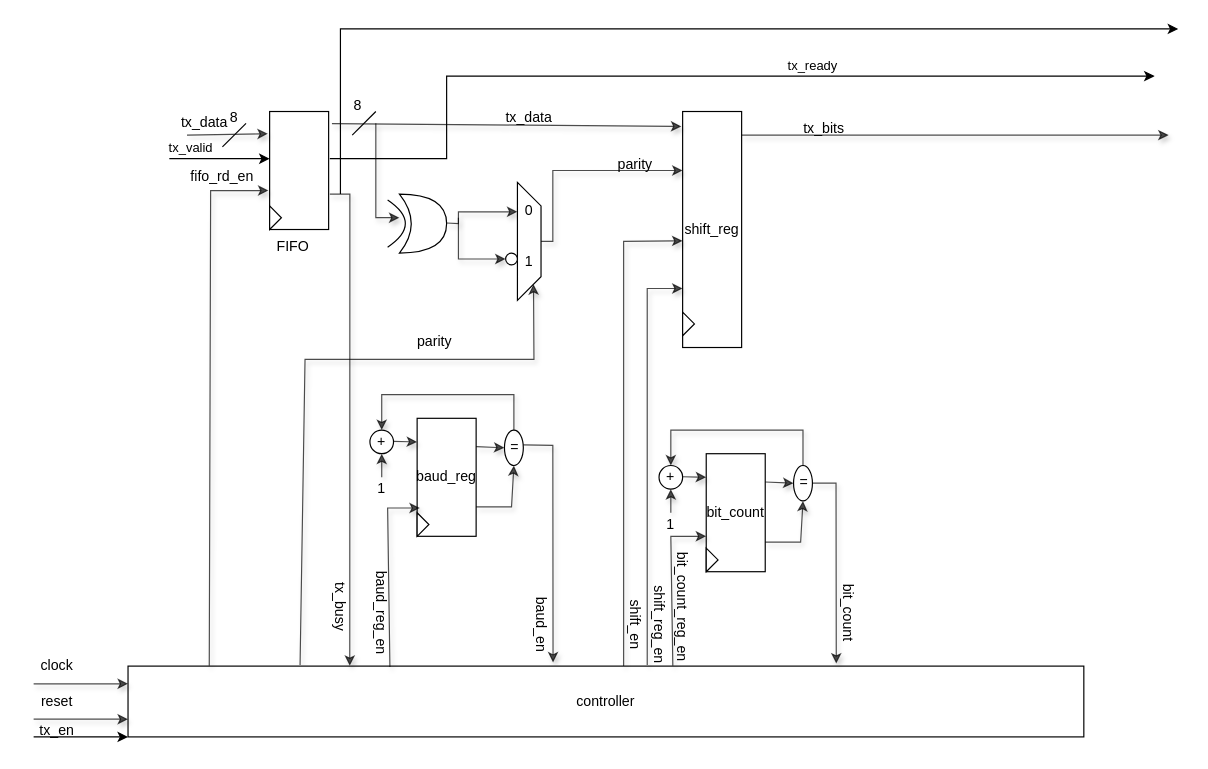
The draw.io diagram page "Page-1" (1 of 2) of lab8/UART_TX/UART_Tx.drawio in ee-uet/Xce_Training2025_Week02, before the edit. Source tidied: cells renumbered, new cells numbered last; positions are measured from the earlier drawing's top-left corner, leaving out a move shared by most shapes. Both pictures are drawn from the tidied source at 118%, with x=0, y=0 at pixel (21, 28).
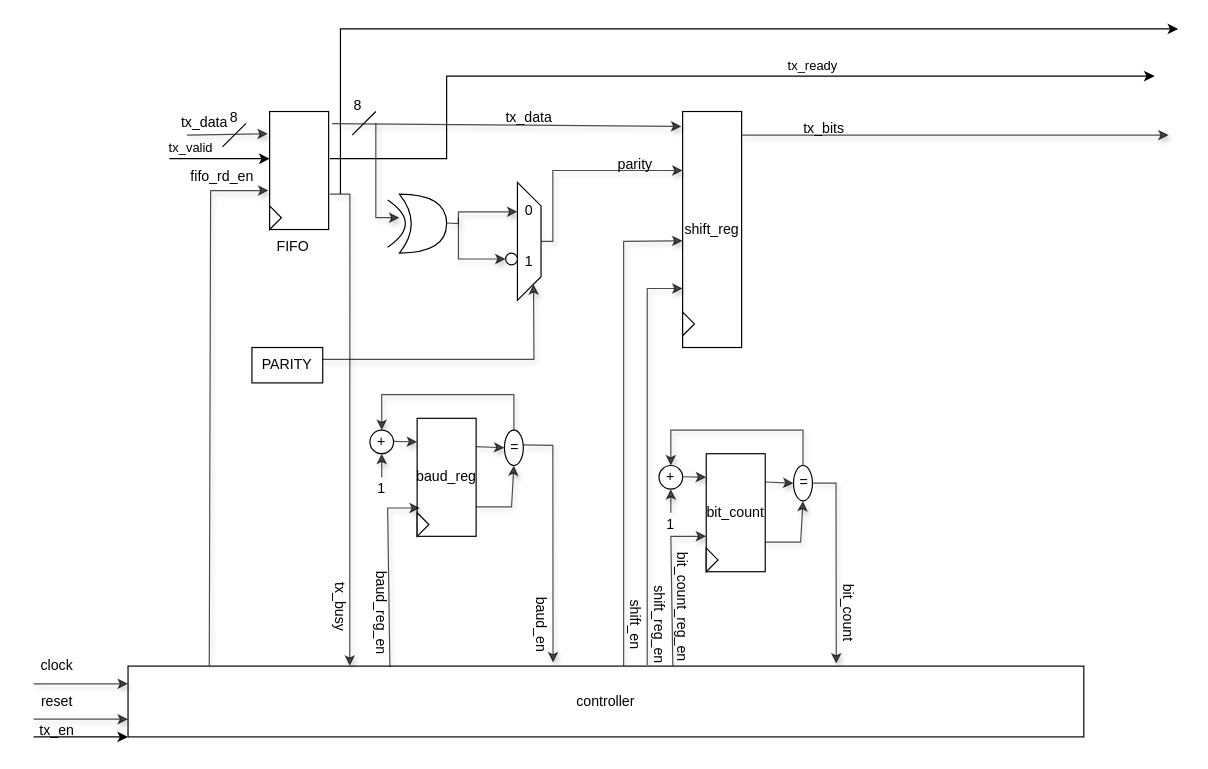
The same diagram, later.

The change refers to these unchanged cells:
```xml
<mxCell id="26" style="rounded=0;whiteSpace=wrap;html=1;" parent="1" vertex="1">
  <mxGeometry x="90" y="540" width="810" height="60" as="geometry" />
</mxCell>
<mxCell id="79" style="shape=trapezoid;perimeter=trapezoidPerimeter;whiteSpace=wrap;html=1;fixedSize=1;direction=south;" parent="78" vertex="1">
  <mxGeometry width="20" height="100" as="geometry" />
</mxCell>
```

Diff of the diagram source:
```diff
@@
-    <mxCell id="10" style="endArrow=classic;html=1;rounded=0;strokeWidth=1;startSize=6;opacity=70;jumpSize=1;strokeColor=default;shadow=1;entryX=1;entryY=0.25;entryDx=0;entryDy=0;exitX=0.18;exitY=-0.017;exitDx=0;exitDy=0;exitPerimeter=0;" parent="1" edge="1" source="26" target="79">
+    <mxCell id="10" style="endArrow=classic;html=1;rounded=0;strokeWidth=1;startSize=6;opacity=70;jumpSize=1;strokeColor=default;shadow=1;entryX=1;entryY=0.25;entryDx=0;entryDy=0;" parent="1" edge="1" target="79">
       <mxGeometry relative="1" as="geometry">
+        <mxPoint x="240" y="280" as="sourcePoint" />
         <Array as="points">
           <mxPoint x="240" y="280" />
           <mxPoint x="434" y="280" />
         </Array>
       </mxGeometry>
     </mxCell>
@@
-    <mxCell id="70" value="parity" style="text;html=1;align=center;verticalAlign=middle;whiteSpace=wrap;rounded=0;" parent="1" vertex="1">
-      <mxGeometry x="330" y="260" width="40" height="10" as="geometry" />
-    </mxCell>
@@
+    <mxCell id="90" value="PARITY" style="rounded=0;whiteSpace=wrap;html=1;" parent="1" vertex="1">
+      <mxGeometry x="195" y="270" width="60" height="30" as="geometry" />
+    </mxCell>
```
